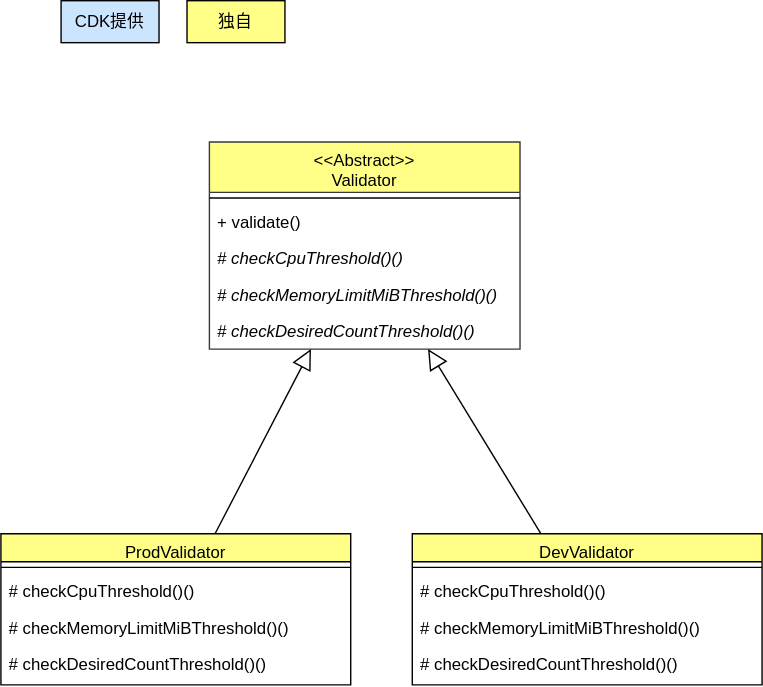
Earlier version of the draw.io export drawio/template-method/template-method-cdk.drawio.svg (go-to-k/cdk-gof-design-pattern). Source tidied: cells renumbered, new cells last; positions are measured from the earlier drawing's top-left corner, leaving out a move shared by most shapes.
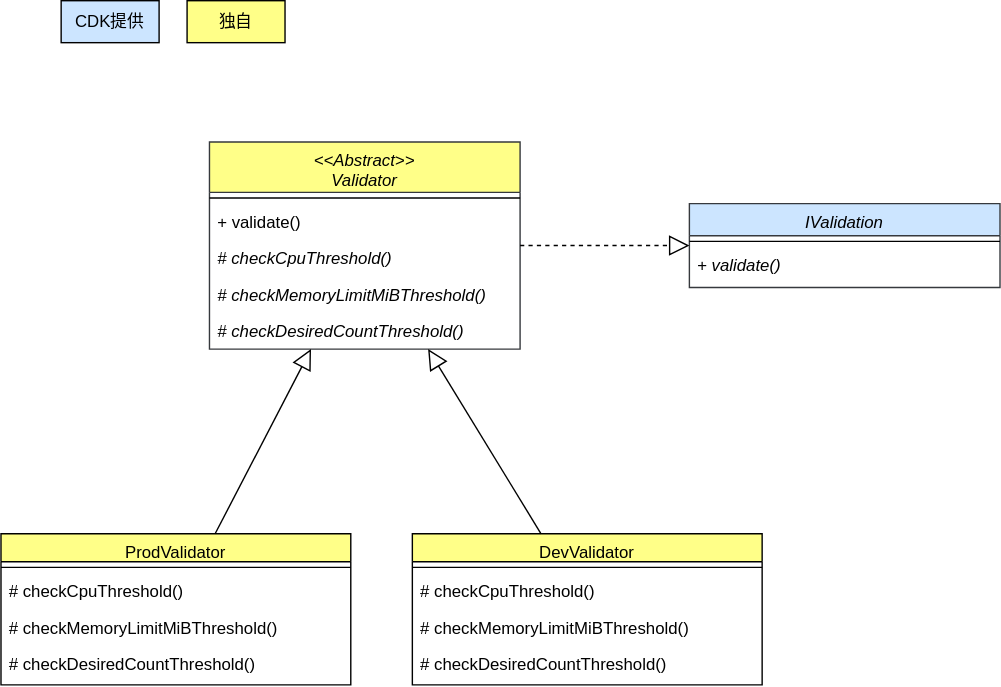
Above is the later version.

Commit message:
update template method diagrams

Change to the diagram source:
```diff
@@ -8,16 +8,16 @@
     <mxCell id="3" style="line;html=1;strokeWidth=1;align=left;verticalAlign=middle;spacingTop=-1;spacingLeft=3;spacingRight=3;labelPosition=right;fontColor=#000000;strokeColor=#000000;" parent="2" vertex="1">
       <mxGeometry y="20" width="250" height="8" as="geometry" />
     </mxCell>
-    <mxCell id="4" value="# checkCpuThreshold()()" style="text;strokeColor=none;fillColor=none;align=left;verticalAlign=top;spacingLeft=4;spacingRight=4;overflow=hidden;whiteSpace=wrap;html=1;fontColor=#000000;" parent="2" vertex="1">
+    <mxCell id="4" value="# checkCpuThreshold()" style="text;strokeColor=none;fillColor=none;align=left;verticalAlign=top;spacingLeft=4;spacingRight=4;overflow=hidden;whiteSpace=wrap;html=1;fontColor=#000000;" parent="2" vertex="1">
       <mxGeometry y="28" width="250" height="26" as="geometry" />
     </mxCell>
-    <mxCell id="5" value="# checkMemoryLimitMiBThreshold()()" style="text;strokeColor=none;fillColor=none;align=left;verticalAlign=top;spacingLeft=4;spacingRight=4;overflow=hidden;whiteSpace=wrap;html=1;fontColor=#000000;" parent="2" vertex="1">
+    <mxCell id="5" value="# checkMemoryLimitMiBThreshold()" style="text;strokeColor=none;fillColor=none;align=left;verticalAlign=top;spacingLeft=4;spacingRight=4;overflow=hidden;whiteSpace=wrap;html=1;fontColor=#000000;" parent="2" vertex="1">
       <mxGeometry y="54" width="250" height="26" as="geometry" />
     </mxCell>
-    <mxCell id="6" value="# checkDesiredCountThreshold()()" style="text;strokeColor=none;fillColor=none;align=left;verticalAlign=top;spacingLeft=4;spacingRight=4;overflow=hidden;whiteSpace=wrap;html=1;fontColor=#000000;" parent="2" vertex="1">
+    <mxCell id="6" value="# checkDesiredCountThreshold()" style="text;strokeColor=none;fillColor=none;align=left;verticalAlign=top;spacingLeft=4;spacingRight=4;overflow=hidden;whiteSpace=wrap;html=1;fontColor=#000000;" parent="2" vertex="1">
       <mxGeometry y="80" width="250" height="26" as="geometry" />
     </mxCell>
-    <mxCell id="7" value="&lt;&lt;Abstract&gt;&gt;&#10;Validator" style="swimlane;fontStyle=0;align=center;verticalAlign=top;horizontal=1;startSize=36;rounded=0;shadow=0;strokeWidth=1;fillColor=#ffff88;strokeColor=#36393d;fontColor=#000000;" parent="1" vertex="1">
+    <mxCell id="7" value="&lt;&lt;Abstract&gt;&gt;&#10;Validator" style="swimlane;fontStyle=2;align=center;verticalAlign=top;horizontal=1;startSize=36;rounded=0;shadow=0;strokeWidth=1;fillColor=#ffff88;strokeColor=#36393d;fontColor=#000000;" parent="1" vertex="1">
       <mxGeometry x="149" y="101" width="222" height="148" as="geometry" />
     </mxCell>
     <mxCell id="8" style="line;html=1;strokeWidth=1;align=left;verticalAlign=middle;spacingTop=-1;spacingLeft=3;spacingRight=3;labelPosition=right;fontColor=#000000;strokeColor=#000000;" parent="7" vertex="1">
@@ -26,13 +26,13 @@
     <mxCell id="9" value="+ validate()" style="text;strokeColor=none;fillColor=none;align=left;verticalAlign=top;spacingLeft=4;spacingRight=4;overflow=hidden;whiteSpace=wrap;html=1;fontColor=#000000;" parent="7" vertex="1">
       <mxGeometry y="44" width="222" height="26" as="geometry" />
     </mxCell>
-    <mxCell id="10" value="&lt;i&gt;# checkCpuThreshold()()&lt;/i&gt;" style="text;strokeColor=none;fillColor=none;align=left;verticalAlign=top;spacingLeft=4;spacingRight=4;overflow=hidden;whiteSpace=wrap;html=1;fontColor=#000000;" parent="7" vertex="1">
+    <mxCell id="10" value="&lt;i&gt;# checkCpuThreshold()&lt;/i&gt;" style="text;strokeColor=none;fillColor=none;align=left;verticalAlign=top;spacingLeft=4;spacingRight=4;overflow=hidden;whiteSpace=wrap;html=1;fontColor=#000000;" parent="7" vertex="1">
       <mxGeometry y="70" width="222" height="26" as="geometry" />
     </mxCell>
-    <mxCell id="11" value="&lt;i&gt;# checkMemoryLimitMiBThreshold()()&lt;/i&gt;" style="text;strokeColor=none;fillColor=none;align=left;verticalAlign=top;spacingLeft=4;spacingRight=4;overflow=hidden;whiteSpace=wrap;html=1;fontColor=#000000;" parent="7" vertex="1">
+    <mxCell id="11" value="&lt;i&gt;# checkMemoryLimitMiBThreshold()&lt;/i&gt;" style="text;strokeColor=none;fillColor=none;align=left;verticalAlign=top;spacingLeft=4;spacingRight=4;overflow=hidden;whiteSpace=wrap;html=1;fontColor=#000000;" parent="7" vertex="1">
       <mxGeometry y="96" width="222" height="26" as="geometry" />
     </mxCell>
-    <mxCell id="12" value="&lt;i&gt;# checkDesiredCountThreshold()()&lt;/i&gt;" style="text;strokeColor=none;fillColor=none;align=left;verticalAlign=top;spacingLeft=4;spacingRight=4;overflow=hidden;whiteSpace=wrap;html=1;fontColor=#000000;" parent="7" vertex="1">
+    <mxCell id="12" value="&lt;i&gt;# checkDesiredCountThreshold()&lt;/i&gt;" style="text;strokeColor=none;fillColor=none;align=left;verticalAlign=top;spacingLeft=4;spacingRight=4;overflow=hidden;whiteSpace=wrap;html=1;fontColor=#000000;" parent="7" vertex="1">
       <mxGeometry y="122" width="222" height="26" as="geometry" />
     </mxCell>
     <mxCell id="13" style="endArrow=block;endFill=0;endSize=12;html=1;rounded=0;fontColor=#000000;strokeColor=#000000;" parent="1" edge="1" source="2" target="7">
@@ -50,17 +50,29 @@
     <mxCell id="17" style="line;html=1;strokeWidth=1;align=left;verticalAlign=middle;spacingTop=-1;spacingLeft=3;spacingRight=3;labelPosition=right;fontColor=#000000;strokeColor=#000000;" parent="16" vertex="1">
       <mxGeometry y="20" width="250" height="8" as="geometry" />
     </mxCell>
-    <mxCell id="18" value="# checkCpuThreshold()()" style="text;strokeColor=none;fillColor=none;align=left;verticalAlign=top;spacingLeft=4;spacingRight=4;overflow=hidden;whiteSpace=wrap;html=1;fontColor=#000000;" parent="16" vertex="1">
+    <mxCell id="18" value="# checkCpuThreshold()" style="text;strokeColor=none;fillColor=none;align=left;verticalAlign=top;spacingLeft=4;spacingRight=4;overflow=hidden;whiteSpace=wrap;html=1;fontColor=#000000;" parent="16" vertex="1">
       <mxGeometry y="28" width="250" height="26" as="geometry" />
     </mxCell>
-    <mxCell id="19" value="# checkMemoryLimitMiBThreshold()()" style="text;strokeColor=none;fillColor=none;align=left;verticalAlign=top;spacingLeft=4;spacingRight=4;overflow=hidden;whiteSpace=wrap;html=1;fontColor=#000000;" parent="16" vertex="1">
+    <mxCell id="19" value="# checkMemoryLimitMiBThreshold()" style="text;strokeColor=none;fillColor=none;align=left;verticalAlign=top;spacingLeft=4;spacingRight=4;overflow=hidden;whiteSpace=wrap;html=1;fontColor=#000000;" parent="16" vertex="1">
       <mxGeometry y="54" width="250" height="26" as="geometry" />
     </mxCell>
-    <mxCell id="20" value="# checkDesiredCountThreshold()()" style="text;strokeColor=none;fillColor=none;align=left;verticalAlign=top;spacingLeft=4;spacingRight=4;overflow=hidden;whiteSpace=wrap;html=1;fontColor=#000000;" parent="16" vertex="1">
+    <mxCell id="20" value="# checkDesiredCountThreshold()" style="text;strokeColor=none;fillColor=none;align=left;verticalAlign=top;spacingLeft=4;spacingRight=4;overflow=hidden;whiteSpace=wrap;html=1;fontColor=#000000;" parent="16" vertex="1">
       <mxGeometry y="80" width="250" height="26" as="geometry" />
     </mxCell>
     <mxCell id="21" style="endArrow=block;endFill=0;endSize=12;html=1;rounded=0;fontColor=#000000;strokeColor=#000000;" parent="1" edge="1" source="16" target="7">
       <mxGeometry relative="1" as="geometry" />
     </mxCell>
+    <mxCell id="22" value="IValidation" style="swimlane;fontStyle=2;align=center;verticalAlign=top;horizontal=1;startSize=23;rounded=0;shadow=0;strokeWidth=1;fillColor=#cce5ff;strokeColor=#36393d;fontColor=#000000;" parent="1" vertex="1">
+      <mxGeometry x="492" y="145" width="222" height="60" as="geometry" />
+    </mxCell>
+    <mxCell id="23" style="line;html=1;strokeWidth=1;align=left;verticalAlign=middle;spacingTop=-1;spacingLeft=3;spacingRight=3;labelPosition=right;fontColor=#000000;strokeColor=#000000;" parent="22" vertex="1">
+      <mxGeometry y="23" width="222" height="8" as="geometry" />
+    </mxCell>
+    <mxCell id="24" value="&lt;i&gt;+ validate()&lt;/i&gt;" style="text;strokeColor=none;fillColor=none;align=left;verticalAlign=top;spacingLeft=4;spacingRight=4;overflow=hidden;whiteSpace=wrap;html=1;fontColor=#000000;" parent="22" vertex="1">
+      <mxGeometry y="31" width="222" height="26" as="geometry" />
+    </mxCell>
+    <mxCell id="25" style="endArrow=block;endFill=0;endSize=12;html=1;rounded=0;fontColor=#000000;strokeColor=#000000;dashed=1;" parent="1" edge="1" source="7" target="22">
+      <mxGeometry relative="1" as="geometry" />
+    </mxCell>
   </root>
 </mxGraphModel>
```
